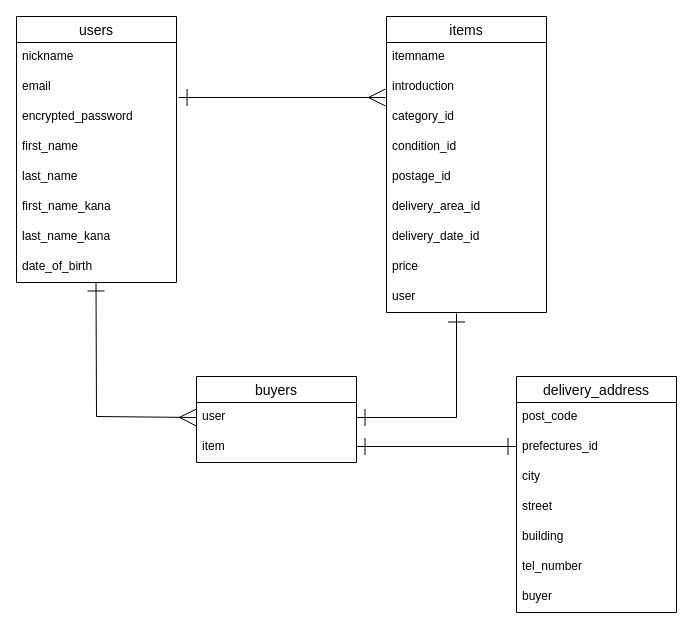
Above: ER図.dio in rn0711/furima-37034 (draw.io), before the change. Source tidied: cells renumbered, new cells numbered last; positions are measured from the earlier drawing's top-left corner, leaving out a move shared by most shapes. Both pictures are drawn from the tidied source at 100%, with x=0, y=0 at pixel (16, 16).
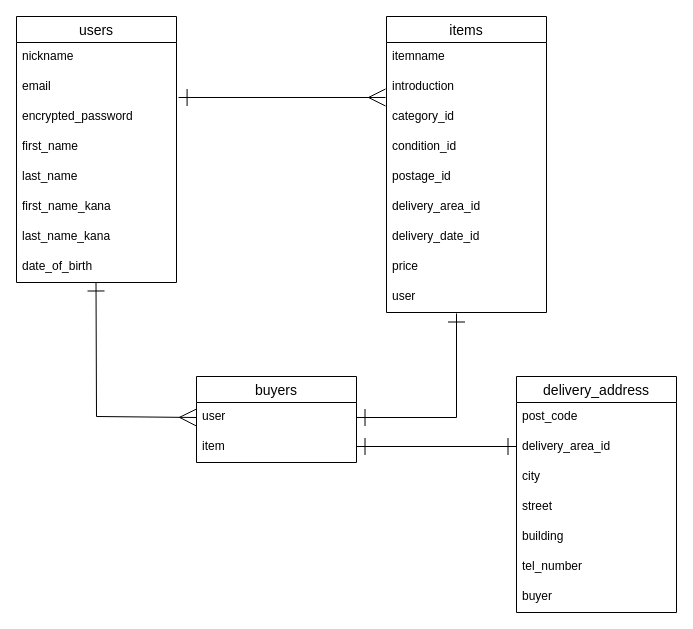
The same diagram, later.

Commit message (it also covers changes not shown here):
データベース設計の修正２

Unchanged cells that the change refers to:
```xml
<mxCell id="24" value="delivery_address" style="swimlane;fontStyle=0;horizontal=1;startSize=26;align=center;fontSize=14;swimlaneFillColor=default;" parent="1" vertex="1">
  <mxGeometry x="500" y="360" width="160" height="236" as="geometry" />
</mxCell>
```

Diff of the diagram source:
```diff
@@
-    <mxCell id="26" value="prefectures_id" style="text;strokeColor=none;fillColor=none;spacingLeft=4;spacingRight=4;overflow=hidden;fontSize=12;" parent="24" vertex="1">
+    <mxCell id="26" value="delivery_area_id" style="text;strokeColor=none;fillColor=none;spacingLeft=4;spacingRight=4;overflow=hidden;fontSize=12;" parent="24" vertex="1">
       <mxGeometry y="56" width="160" height="30" as="geometry" />
     </mxCell>
```
